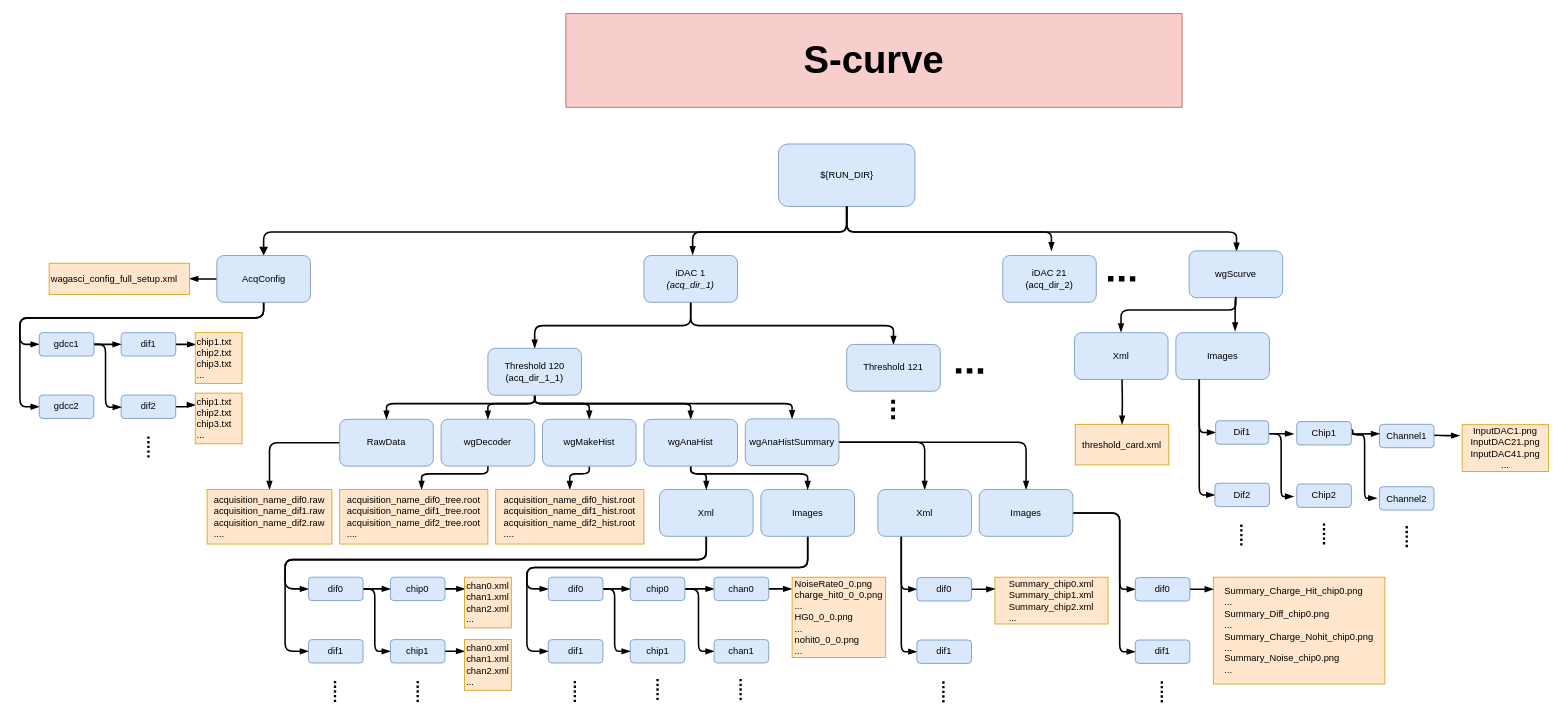
This is page "S-curve tree" (2 of 2) of doc/images/Folder_tree.drawio from thos91/Analysis, a draw.io file, before an edit. Source tidied: cells renumbered, new cells numbered last; positions are measured from the earlier drawing's top-left corner, leaving out a move shared by most shapes. Both pictures are drawn from the tidied source at 78%, with x=0, y=0 at pixel (20, 13).
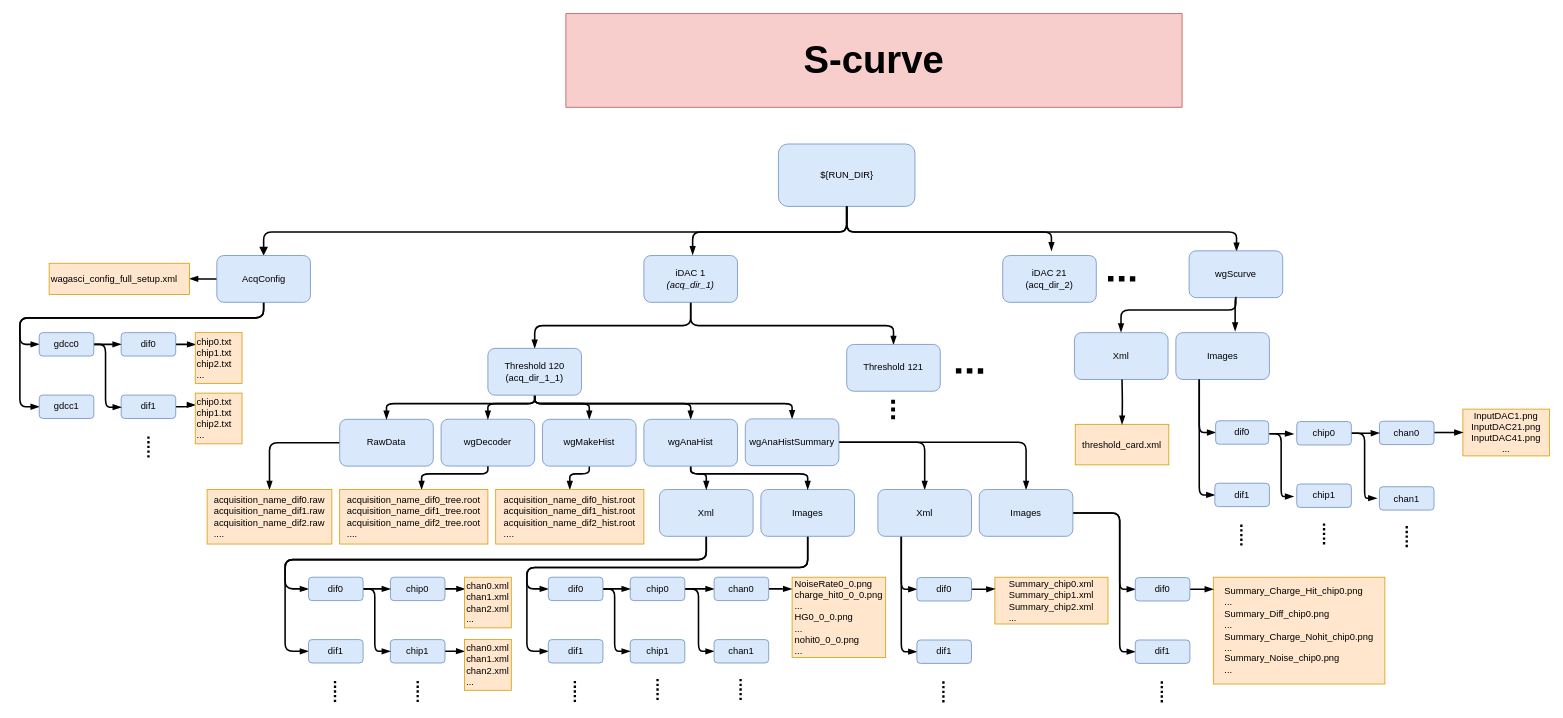
The same diagram, later.

The edit, as a diff of the source:
```diff
@@
-    <mxCell id="96" value="Dif1&lt;br&gt;" style="rounded=1;whiteSpace=wrap;html=1;fillColor=#dae8fc;strokeColor=#6c8ebf;" parent="1" vertex="1">
+    <mxCell id="96" value="dif0" style="rounded=1;whiteSpace=wrap;html=1;fillColor=#dae8fc;strokeColor=#6c8ebf;" parent="1" vertex="1">
       <mxGeometry x="1533" y="522" width="68" height="30" as="geometry" />
     </mxCell>
-    <mxCell id="97" value="Dif2&lt;br&gt;" style="rounded=1;whiteSpace=wrap;html=1;fillColor=#dae8fc;strokeColor=#6c8ebf;" parent="1" vertex="1">
+    <mxCell id="97" value="dif1" style="rounded=1;whiteSpace=wrap;html=1;fillColor=#dae8fc;strokeColor=#6c8ebf;" parent="1" vertex="1">
       <mxGeometry x="1532" y="602" width="70" height="30" as="geometry" />
     </mxCell>
-    <mxCell id="98" value="Chip2&lt;br&gt;" style="rounded=1;whiteSpace=wrap;html=1;fillColor=#dae8fc;strokeColor=#6c8ebf;" parent="1" vertex="1">
+    <mxCell id="98" value="chip1" style="rounded=1;whiteSpace=wrap;html=1;fillColor=#dae8fc;strokeColor=#6c8ebf;" parent="1" vertex="1">
       <mxGeometry x="1637" y="603" width="70" height="30" as="geometry" />
     </mxCell>
@@
     <mxCell id="102" value="InputDAC1.png&lt;br&gt;InputDAC21.png&lt;br&gt;InputDAC41.png&lt;br&gt;...&lt;br&gt;" style="rounded=0;whiteSpace=wrap;html=1;fillColor=#ffe6cc;strokeColor=#d79b00;" parent="1" vertex="1">
-      <mxGeometry x="1849" y="527" width="111" height="60" as="geometry" />
+      <mxGeometry x="1850" y="507" width="111" height="60" as="geometry" />
     </mxCell>
-    <mxCell id="103" style="edgeStyle=orthogonalEdgeStyle;rounded=1;orthogonalLoop=1;jettySize=auto;html=1;endArrow=blockThin;endFill=1;strokeWidth=2;" parent="1" edge="1">
+    <mxCell id="103" style="edgeStyle=orthogonalEdgeStyle;rounded=1;jettySize=auto;html=1;endArrow=blockThin;endFill=1;strokeWidth=2;entryX=0;entryY=0.5;entryDx=0;entryDy=0;exitX=1;exitY=0.5;exitDx=0;exitDy=0;" parent="1" edge="1" source="104" target="102">
       <mxGeometry relative="1" as="geometry">
-        <mxPoint x="1813" y="540.5" as="sourcePoint" />
-        <mxPoint x="1846" y="541" as="targetPoint" />
         <Array as="points">
-          <mxPoint x="1832" y="540" />
-          <mxPoint x="1832" y="540" />
+          <mxPoint x="1850" y="538" />
+          <mxPoint x="1850" y="538" />
         </Array>
       </mxGeometry>
     </mxCell>
-    <mxCell id="104" value="Channel1&lt;br&gt;" style="rounded=1;whiteSpace=wrap;html=1;fillColor=#dae8fc;strokeColor=#6c8ebf;" parent="1" vertex="1">
-      <mxGeometry x="1743" y="526.5" width="70" height="30" as="geometry" />
+    <mxCell id="104" value="chan0" style="rounded=1;whiteSpace=wrap;html=1;fillColor=#dae8fc;strokeColor=#6c8ebf;" parent="1" vertex="1">
+      <mxGeometry x="1743" y="522.5" width="70" height="30" as="geometry" />
     </mxCell>
-    <mxCell id="105" value="Channel2&lt;br&gt;" style="rounded=1;whiteSpace=wrap;html=1;fillColor=#dae8fc;strokeColor=#6c8ebf;" parent="1" vertex="1">
+    <mxCell id="105" value="chan1" style="rounded=1;whiteSpace=wrap;html=1;fillColor=#dae8fc;strokeColor=#6c8ebf;" parent="1" vertex="1">
       <mxGeometry x="1743" y="606.5" width="70" height="30" as="geometry" />
     </mxCell>
@@
-    <mxCell id="107" style="edgeStyle=orthogonalEdgeStyle;rounded=1;orthogonalLoop=1;jettySize=auto;html=1;endArrow=blockThin;endFill=1;strokeWidth=2;" parent="1" edge="1">
+    <mxCell id="107" style="edgeStyle=orthogonalEdgeStyle;rounded=1;jettySize=auto;html=1;endArrow=blockThin;endFill=1;strokeWidth=2;exitX=1;exitY=0.5;exitDx=0;exitDy=0;" parent="1" edge="1" source="109">
       <mxGeometry relative="1" as="geometry">
-        <mxPoint x="1692" y="532" as="sourcePoint" />
         <mxPoint x="1739.7" y="621.2" as="targetPoint" />
         <Array as="points">
-          <mxPoint x="1709" y="540" />
-          <mxPoint x="1724" y="540" />
-          <mxPoint x="1724" y="622" />
+          <mxPoint x="1724" y="538" />
+          <mxPoint x="1724" y="621" />
         </Array>
       </mxGeometry>
     </mxCell>
-    <mxCell id="108" style="edgeStyle=orthogonalEdgeStyle;rounded=1;orthogonalLoop=1;jettySize=auto;html=1;endArrow=blockThin;endFill=1;strokeWidth=2;" parent="1" edge="1">
+    <mxCell id="108" style="edgeStyle=orthogonalEdgeStyle;rounded=1;jettySize=auto;html=1;endArrow=blockThin;endFill=1;strokeWidth=2;exitX=1;exitY=0.5;exitDx=0;exitDy=0;entryX=0;entryY=0.5;entryDx=0;entryDy=0;" parent="1" edge="1" source="109" target="104">
       <mxGeometry relative="1" as="geometry">
-        <mxPoint x="1707" y="539" as="sourcePoint" />
-        <mxPoint x="1743.2" y="538.7" as="targetPoint" />
         <Array as="points">
-          <mxPoint x="1707" y="539" />
+          <mxPoint x="1730" y="538" />
+          <mxPoint x="1730" y="537" />
         </Array>
       </mxGeometry>
     </mxCell>
-    <mxCell id="109" value="Chip1&lt;br&gt;" style="rounded=1;whiteSpace=wrap;html=1;fillColor=#dae8fc;strokeColor=#6c8ebf;" parent="1" vertex="1">
+    <mxCell id="109" value="chip0" style="rounded=1;whiteSpace=wrap;html=1;fillColor=#dae8fc;strokeColor=#6c8ebf;" parent="1" vertex="1">
       <mxGeometry x="1637" y="523" width="70" height="30" as="geometry" />
     </mxCell>
@@
-    <mxCell id="115" value="dif1" style="rounded=1;whiteSpace=wrap;html=1;fillColor=#dae8fc;strokeColor=#6c8ebf;" parent="1" vertex="1">
+    <mxCell id="115" value="dif0" style="rounded=1;whiteSpace=wrap;html=1;fillColor=#dae8fc;strokeColor=#6c8ebf;" parent="1" vertex="1">
       <mxGeometry x="129.8" y="409" width="70" height="30" as="geometry" />
     </mxCell>
@@
-    <mxCell id="117" value="dif2" style="rounded=1;whiteSpace=wrap;html=1;fillColor=#dae8fc;strokeColor=#6c8ebf;" parent="1" vertex="1">
+    <mxCell id="117" value="dif1" style="rounded=1;whiteSpace=wrap;html=1;fillColor=#dae8fc;strokeColor=#6c8ebf;" parent="1" vertex="1">
       <mxGeometry x="129.8" y="489" width="70" height="30" as="geometry" />
     </mxCell>
-    <mxCell id="118" value="chip1.txt&lt;br&gt;chip2.txt&lt;br&gt;chip3.txt&lt;br&gt;..." style="rounded=0;whiteSpace=wrap;html=1;fillColor=#ffe6cc;strokeColor=#d79b00;align=left;" parent="1" vertex="1">
+    <mxCell id="118" value="chip0.txt&lt;br&gt;chip1.txt&lt;br&gt;chip2.txt&lt;br&gt;..." style="rounded=0;whiteSpace=wrap;html=1;fillColor=#ffe6cc;strokeColor=#d79b00;align=left;" parent="1" vertex="1">
       <mxGeometry x="224.8" y="409" width="60" height="65" as="geometry" />
     </mxCell>
-    <mxCell id="119" value="&lt;span&gt;chip1.txt&lt;/span&gt;&lt;br&gt;&lt;span&gt;chip2.txt&lt;/span&gt;&lt;br&gt;&lt;span&gt;chip3.txt&lt;/span&gt;&lt;br&gt;&lt;span&gt;...&lt;/span&gt;" style="rounded=0;whiteSpace=wrap;html=1;fillColor=#ffe6cc;strokeColor=#d79b00;align=left;" parent="1" vertex="1">
+    <mxCell id="119" value="&lt;span&gt;chip0.txt&lt;/span&gt;&lt;br&gt;&lt;span&gt;chip1.txt&lt;/span&gt;&lt;br&gt;&lt;span&gt;chip2.txt&lt;/span&gt;&lt;br&gt;&lt;span&gt;...&lt;/span&gt;" style="rounded=0;whiteSpace=wrap;html=1;fillColor=#ffe6cc;strokeColor=#d79b00;align=left;" parent="1" vertex="1">
       <mxGeometry x="224.8" y="486.5" width="60" height="65" as="geometry" />
     </mxCell>
@@
-    <mxCell id="123" value="gdcc1" style="rounded=1;whiteSpace=wrap;html=1;fillColor=#dae8fc;strokeColor=#6c8ebf;" parent="1" vertex="1">
+    <mxCell id="123" value="gdcc0" style="rounded=1;whiteSpace=wrap;html=1;fillColor=#dae8fc;strokeColor=#6c8ebf;" parent="1" vertex="1">
       <mxGeometry x="24.8" y="409" width="70" height="30" as="geometry" />
     </mxCell>
-    <mxCell id="124" value="gdcc2" style="rounded=1;whiteSpace=wrap;html=1;fillColor=#dae8fc;strokeColor=#6c8ebf;" parent="1" vertex="1">
+    <mxCell id="124" value="gdcc1" style="rounded=1;whiteSpace=wrap;html=1;fillColor=#dae8fc;strokeColor=#6c8ebf;" parent="1" vertex="1">
       <mxGeometry x="24.8" y="489" width="70" height="30" as="geometry" />
     </mxCell>
```
